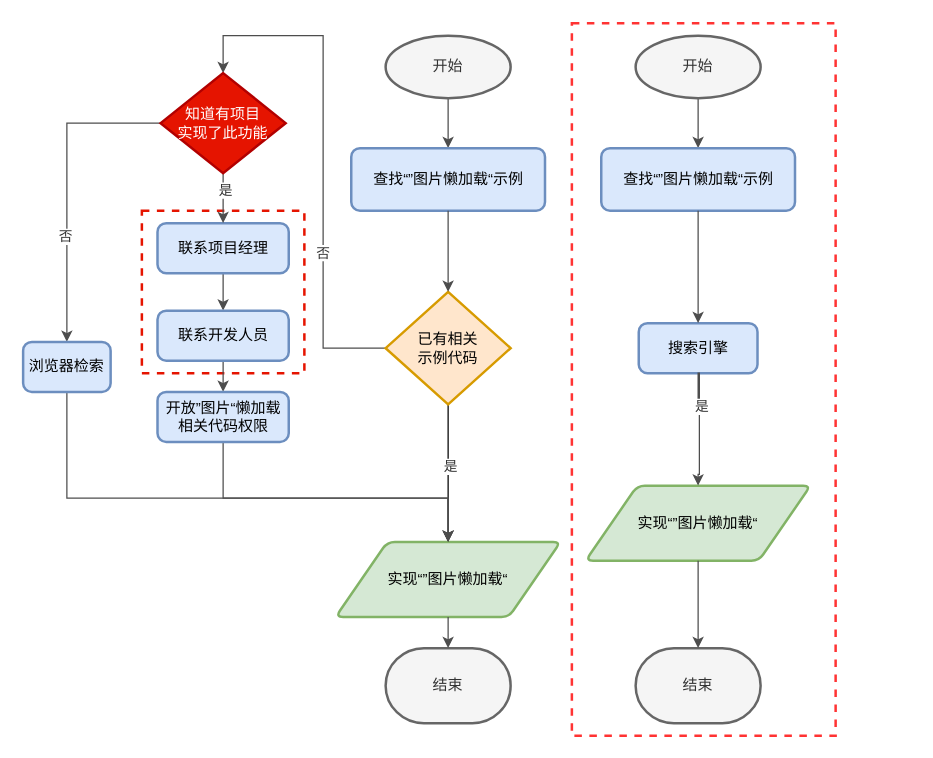
Earlier version of the draw.io diagram 低代码—资源不共享.drawio (tangyaosimida/love). Source tidied: cells renumbered, new cells numbered last; positions are measured from the earlier drawing's top-left corner, leaving out a move shared by most shapes. Both pictures are drawn from the tidied source at 125%, with x=0, y=0 at pixel (22, 22).
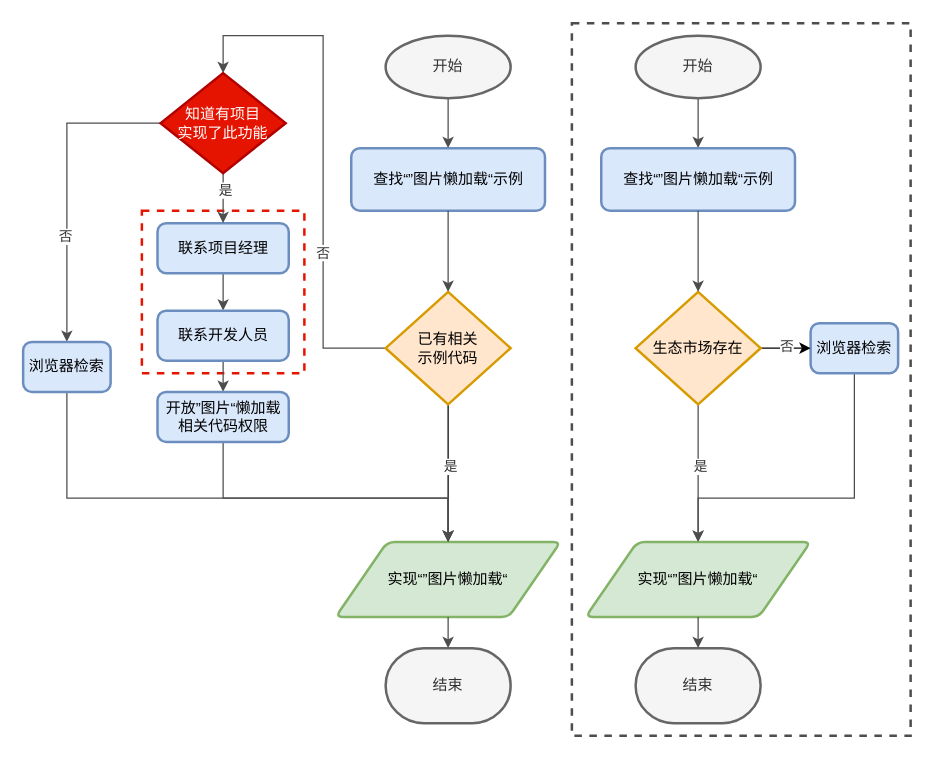
The same page after the edit.

Commit message:
更新低代码—资源不共享.drawio

Unchanged cells that the change refers to:
```xml
<mxCell id="12" value="查找“”图片懒加载“示例" style="rounded=1;whiteSpace=wrap;html=1;absoluteArcSize=1;arcSize=14;strokeWidth=2;fillColor=#dae8fc;strokeColor=#6c8ebf;" parent="1" vertex="1">
  <mxGeometry x="462.5" y="100" width="155" height="50" as="geometry" />
</mxCell>
```

What changed in the source:
```diff
@@
-    <mxCell id="2" style="rounded=0;whiteSpace=wrap;html=1;fillColor=none;dashed=1;strokeWidth=2;strokeColor=#FF3333;" parent="1" vertex="1">
-      <mxGeometry x="439" width="211" height="570" as="geometry" />
-    </mxCell>
@@
+    <mxCell id="39" style="edgeStyle=orthogonalEdgeStyle;rounded=0;jettySize=auto;html=1;exitX=0.5;exitY=1;exitDx=0;exitDy=0;entryX=0.5;entryY=0;entryDx=0;entryDy=0;fontColor=#333333;strokeColor=#4D4D4D;" parent="1" edge="1" source="4" target="5">
+      <mxGeometry relative="1" as="geometry">
+        <Array as="points">
+          <mxPoint x="665" y="380" />
+          <mxPoint x="540" y="380" />
+        </Array>
+      </mxGeometry>
+    </mxCell>
-    <mxCell id="4" value="搜索引擎" style="rounded=1;whiteSpace=wrap;html=1;absoluteArcSize=1;arcSize=14;strokeWidth=2;fillColor=#dae8fc;strokeColor=#6c8ebf;" parent="1" vertex="1">
-      <mxGeometry x="492.5" y="240" width="95" height="40" as="geometry" />
+    <mxCell id="4" value="浏览器检索" style="rounded=1;whiteSpace=wrap;html=1;absoluteArcSize=1;arcSize=14;strokeWidth=2;fillColor=#dae8fc;strokeColor=#6c8ebf;" parent="1" vertex="1">
+      <mxGeometry x="630" y="240" width="70" height="40" as="geometry" />
     </mxCell>
     <mxCell id="5" value="实现“”图片懒加载“" style="shape=parallelogram;html=1;strokeWidth=2;perimeter=parallelogramPerimeter;whiteSpace=wrap;rounded=1;arcSize=12;size=0.23;fillColor=#d5e8d4;strokeColor=#82b366;" parent="1" vertex="1">
-      <mxGeometry x="450" y="370" width="180" height="60" as="geometry" />
+      <mxGeometry x="450" y="415" width="180" height="60" as="geometry" />
     </mxCell>
@@
-    <mxCell id="9" style="edgeStyle=orthogonalEdgeStyle;rounded=0;jettySize=auto;html=1;fontColor=#333333;strokeColor=#4D4D4D;" parent="1" edge="1" target="5">
-      <mxGeometry relative="1" as="geometry">
-        <mxPoint x="540" y="305" as="sourcePoint" />
-        <Array as="points">
-          <mxPoint x="540" y="280" />
-          <mxPoint x="541" y="280" />
-          <mxPoint x="541" y="361" />
-          <mxPoint x="540" y="361" />
-        </Array>
-      </mxGeometry>
+    <mxCell id="9" style="edgeStyle=orthogonalEdgeStyle;rounded=0;jettySize=auto;html=1;fontColor=#333333;strokeColor=#4D4D4D;" parent="1" edge="1" source="42" target="5">
+      <mxGeometry relative="1" as="geometry" />
     </mxCell>
@@
+    <mxCell id="40" style="edgeStyle=orthogonalEdgeStyle;rounded=0;jettySize=auto;html=1;exitX=1;exitY=0.5;exitDx=0;exitDy=0;exitPerimeter=0;entryX=0;entryY=0.5;entryDx=0;entryDy=0;fontColor=#333333;" parent="1" edge="1" source="42" target="4">
+      <mxGeometry relative="1" as="geometry" />
+    </mxCell>
+    <mxCell id="41" value="否" style="edgeLabel;html=1;align=center;verticalAlign=middle;fontColor=#333333;" parent="40" vertex="1">
+      <mxGeometry x="-0.01" y="1" relative="1" as="geometry">
+        <mxPoint y="-1" as="offset" />
+      </mxGeometry>
+    </mxCell>
+    <mxCell id="42" value="生态市场存在" style="strokeWidth=2;html=1;shape=mxgraph.flowchart.decision;whiteSpace=wrap;fillColor=#ffe6cc;strokeColor=#d79b00;" parent="1" vertex="1">
+      <mxGeometry x="490" y="215" width="100" height="90" as="geometry" />
+    </mxCell>
@@
-    <mxCell id="13" style="edgeStyle=orthogonalEdgeStyle;rounded=0;jettySize=auto;html=1;exitX=0.5;exitY=1;exitDx=0;exitDy=0;entryX=0.5;entryY=0;entryDx=0;entryDy=0;fontColor=#333333;strokeColor=#4D4D4D;" parent="1" edge="1" source="12" target="4">
+    <mxCell id="13" style="edgeStyle=orthogonalEdgeStyle;rounded=0;jettySize=auto;html=1;exitX=0.5;exitY=1;exitDx=0;exitDy=0;entryX=0.5;entryY=0;entryDx=0;entryDy=0;entryPerimeter=0;fontColor=#333333;strokeColor=#4D4D4D;" parent="1" edge="1" source="12" target="42">
       <mxGeometry relative="1" as="geometry" />
     </mxCell>
@@
+    <mxCell id="2" style="rounded=0;whiteSpace=wrap;html=1;fillColor=none;dashed=1;strokeWidth=2;strokeColor=#4D4D4D;" parent="1" vertex="1">
+      <mxGeometry x="439" width="271" height="570" as="geometry" />
+    </mxCell>
```
